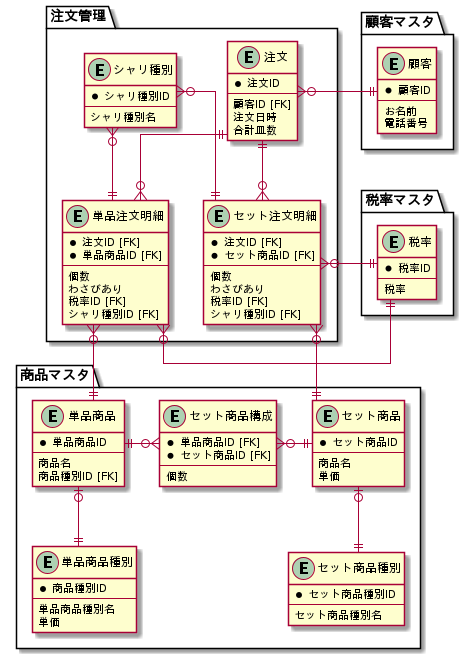
shimopino/praha-challenges keeps this PlantUML diagram as database/29_modeling1/assets/task_2/sushi.png. Above is the earlier version.
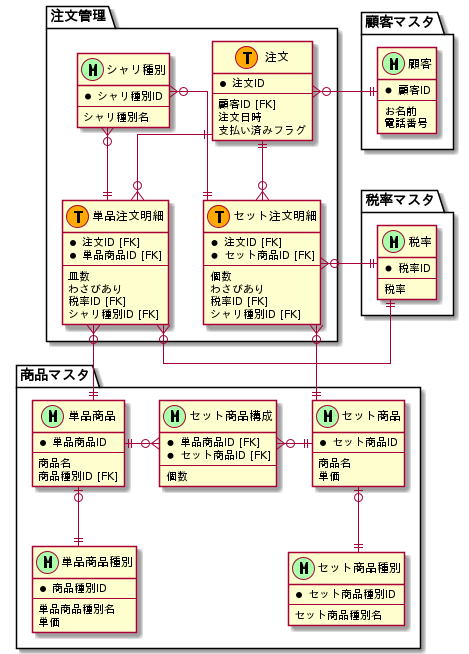
The same diagram one commit later.

Commit message:
docs: マスタ系のテーブルとトランザクション系のテーブルで表記を分ける #95

Diff of the diagram source:
```diff
@@ -1,9 +1,11 @@
 @startuml sushi
 
 skinparam Linetype ortho
+!define MASTER_MARK_COLOR AAFFAA
+!define TRANSACTION_MARK_COLOR FFAA00
 
 package 顧客マスタ {
-    entity 顧客 {
+    entity 顧客 <<M,MASTER_MARK_COLOR>> {
         * 顧客ID
         --
         お名前
@@ -12,7 +14,7 @@
 }
 
 package 税率マスタ {
-    entity 税率 {
+    entity 税率 <<M,MASTER_MARK_COLOR>> {
         * 税率ID
         --
         税率
@@ -20,25 +22,25 @@
 }
 
 package 注文管理 {
-    entity 注文 {
+    entity 注文 <<T,TRANSACTION_MARK_COLOR>> {
         * 注文ID
         --
         顧客ID [FK]
         注文日時
-        合計皿数
+        支払い済みフラグ
     }
 
-    entity 単品注文明細 {
+    entity 単品注文明細 <<T,TRANSACTION_MARK_COLOR>> {
         * 注文ID [FK]
         * 単品商品ID [FK]
         --
-        個数
+        皿数
         わさびあり
         税率ID [FK]
         シャリ種別ID [FK]
     }
 
-    entity セット注文明細 {
+    entity セット注文明細 <<T,TRANSACTION_MARK_COLOR>> {
         * 注文ID [FK]
         * セット商品ID [FK]
         --
@@ -48,7 +50,7 @@
         シャリ種別ID [FK]
     }
 
-    entity シャリ種別 {
+    entity シャリ種別 <<M,MASTER_MARK_COLOR>> {
         * シャリ種別ID
         --
         シャリ種別名
@@ -60,36 +62,35 @@
     シャリ種別 }o-do-|| セット注文明細
 }
 
-
 package 商品マスタ {
-    entity 単品商品 {
+    entity 単品商品 <<M,MASTER_MARK_COLOR>> {
         * 単品商品ID
         --
         商品名
         商品種別ID [FK]
     }
 
-    entity 単品商品種別 {
+    entity 単品商品種別 <<M,MASTER_MARK_COLOR>> {
         * 商品種別ID
         --
         単品商品種別名
         単価
     }
 
-    entity セット商品 {
+    entity セット商品 <<M,MASTER_MARK_COLOR>> {
         * セット商品ID
         --
         商品名
         単価
     }
 
-    entity セット商品種別 {
+    entity セット商品種別 <<M,MASTER_MARK_COLOR>> {
         * セット商品種別ID
         --
         セット商品種別名
     }
 
-    entity セット商品構成 {
+    entity セット商品構成 <<M,MASTER_MARK_COLOR>> {
         * 単品商品ID [FK]
         * セット商品ID [FK]
         --
```
